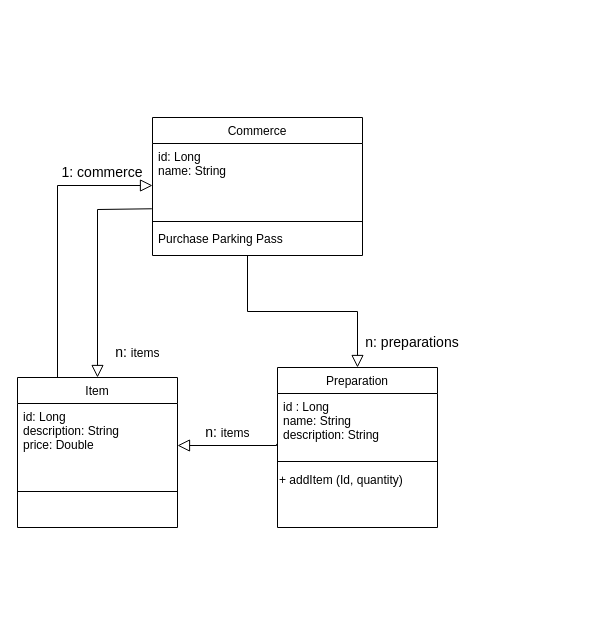
The draw.io diagram docs/AutoPricerDatabase.drawio in mariano115/auto-pricer-backend, before the edit. Source tidied: cells renumbered, new cells numbered last; positions are measured from the earlier drawing's top-left corner, leaving out a move shared by most shapes. Both pictures are drawn from the tidied source at 100%, with x=0, y=0 at pixel (17, 117).
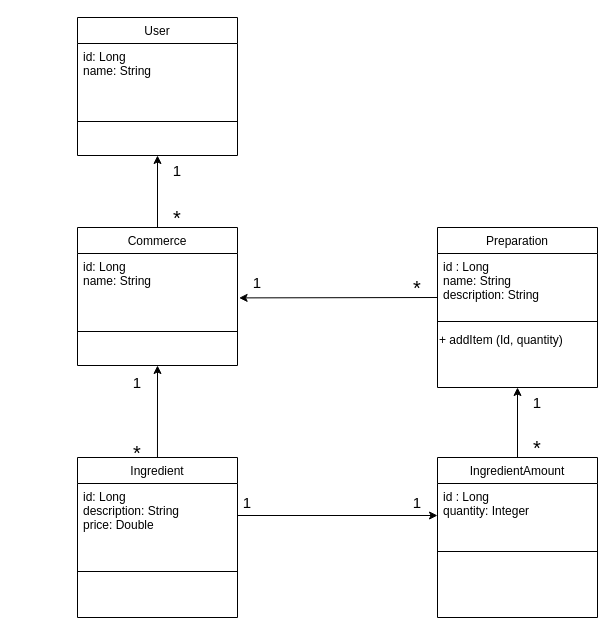
After the change.

Unchanged cells that the change refers to:
```xml
<mxCell id="7" value="id: Long&#10;description: String&#10;price: Double" style="text;align=left;verticalAlign=top;spacingLeft=4;spacingRight=4;overflow=hidden;points=[[0,0.5],[1,0.5]];portConstraint=eastwest;" parent="6" vertex="1">
  <mxGeometry y="26" width="160" height="84" as="geometry" />
</mxCell>
<mxCell id="10" value="id : Long&#10;name: String&#10;description: String&#10;&#10;" style="text;align=left;verticalAlign=top;spacingLeft=4;spacingRight=4;overflow=hidden;points=[[0,0.5],[1,0.5]];portConstraint=eastwest;" parent="9" vertex="1">
  <mxGeometry y="26" width="160" height="64" as="geometry" />
</mxCell>
```

The edit, as a diff of the source:
```diff
@@
     <mxCell id="2" value="Commerce" style="swimlane;fontStyle=0;align=center;verticalAlign=top;horizontal=1;startSize=26;rounded=0;shadow=0;strokeWidth=1;" parent="1" vertex="1">
-      <mxGeometry x="135" width="210" height="138" as="geometry" />
+      <mxGeometry x="60" y="110" width="160" height="138" as="geometry" />
     </mxCell>
     <mxCell id="3" value="id: Long&#10;name: String&#10;" style="text;align=left;verticalAlign=top;spacingLeft=4;spacingRight=4;overflow=hidden;points=[[0,0.5],[1,0.5]];portConstraint=eastwest;" parent="2" vertex="1">
-      <mxGeometry y="26" width="210" height="74" as="geometry" />
+      <mxGeometry y="26" width="160" height="74" as="geometry" />
     </mxCell>
     <mxCell id="4" style="line;html=1;strokeWidth=1;align=left;verticalAlign=middle;spacingTop=-1;spacingLeft=3;spacingRight=3;labelPosition=right;" parent="2" vertex="1">
-      <mxGeometry y="100" width="210" height="8" as="geometry" />
+      <mxGeometry y="100" width="160" height="8" as="geometry" />
     </mxCell>
-    <mxCell id="5" value="Purchase Parking Pass" style="text;align=left;verticalAlign=top;spacingLeft=4;spacingRight=4;overflow=hidden;" parent="2" vertex="1">
-      <mxGeometry y="108" width="210" height="26" as="geometry" />
-    </mxCell>
-    <mxCell id="6" value="Item" style="swimlane;fontStyle=0;align=center;verticalAlign=top;horizontal=1;startSize=26;rounded=0;shadow=0;strokeWidth=1;" parent="1" vertex="1">
-      <mxGeometry y="260" width="160" height="150" as="geometry" />
+    <mxCell id="6" value="Ingredient" style="swimlane;fontStyle=0;align=center;verticalAlign=top;horizontal=1;startSize=26;rounded=0;shadow=0;strokeWidth=1;" parent="1" vertex="1">
+      <mxGeometry x="60" y="340" width="160" height="160" as="geometry" />
     </mxCell>
@@
     <mxCell id="9" value="Preparation" style="swimlane;fontStyle=0;align=center;verticalAlign=top;horizontal=1;startSize=26;rounded=0;shadow=0;strokeWidth=1;" parent="1" vertex="1">
-      <mxGeometry x="260" y="250" width="160" height="160" as="geometry" />
+      <mxGeometry x="420" y="110" width="160" height="160" as="geometry" />
     </mxCell>
@@
-    <mxCell id="13" style="endArrow=block;endSize=10;endFill=0;shadow=0;strokeWidth=1;rounded=0;edgeStyle=elbowEdgeStyle;elbow=vertical;exitX=0;exitY=0;exitDx=0;exitDy=0;entryX=0.25;entryY=1;entryDx=0;entryDy=0;" parent="1" edge="1">
-      <mxGeometry relative="1" as="geometry">
-        <mxPoint x="230" y="138" as="sourcePoint" />
-        <mxPoint x="340" y="250" as="targetPoint" />
-      </mxGeometry>
-    </mxCell>
-    <mxCell id="14" style="endArrow=block;endSize=10;endFill=0;shadow=0;strokeWidth=1;rounded=0;edgeStyle=elbowEdgeStyle;elbow=vertical;exitX=0.25;exitY=0;exitDx=0;exitDy=0;entryX=0.002;entryY=0.778;entryDx=0;entryDy=0;entryPerimeter=0;" parent="1" edge="1" source="6">
-      <mxGeometry relative="1" as="geometry">
-        <mxPoint x="135" y="68" as="targetPoint" />
-        <Array as="points">
-          <mxPoint x="110" y="68" />
-        </Array>
-      </mxGeometry>
-    </mxCell>
-    <mxCell id="15" value="&lt;font style=&quot;font-size: 14px;&quot;&gt;n: preparations&lt;/font&gt;" style="text;html=1;strokeColor=none;fillColor=none;align=center;verticalAlign=middle;whiteSpace=wrap;rounded=0;" parent="1" vertex="1">
-      <mxGeometry x="345" y="210" width="100" height="30" as="geometry" />
-    </mxCell>
-    <mxCell id="16" value="&lt;span style=&quot;font-size: 14px;&quot;&gt;&amp;nbsp;n:&amp;nbsp;&lt;/span&gt;items&amp;nbsp;" style="text;html=1;strokeColor=none;fillColor=none;align=center;verticalAlign=middle;whiteSpace=wrap;rounded=0;" parent="1" vertex="1">
-      <mxGeometry x="180" y="300" width="60" height="30" as="geometry" />
-    </mxCell>
-    <mxCell id="17" style="endArrow=block;endSize=10;endFill=0;shadow=0;strokeWidth=1;rounded=0;edgeStyle=elbowEdgeStyle;elbow=vertical;exitX=-0.005;exitY=0.788;exitDx=0;exitDy=0;entryX=1;entryY=0.5;entryDx=0;entryDy=0;exitPerimeter=0;" parent="1" edge="1" source="10" target="7">
-      <mxGeometry relative="1" as="geometry">
-        <Array as="points">
-          <mxPoint x="220" y="328" />
-        </Array>
-      </mxGeometry>
-    </mxCell>
-    <mxCell id="18" style="endArrow=block;endSize=10;endFill=0;shadow=0;strokeWidth=1;rounded=0;edgeStyle=elbowEdgeStyle;elbow=vertical;entryX=0.5;entryY=0;entryDx=0;entryDy=0;exitX=-0.003;exitY=0.882;exitDx=0;exitDy=0;exitPerimeter=0;" parent="1" edge="1" source="3" target="6">
-      <mxGeometry relative="1" as="geometry">
-        <Array as="points">
-          <mxPoint x="110" y="92" />
-        </Array>
-      </mxGeometry>
-    </mxCell>
-    <mxCell id="19" value="&lt;span style=&quot;font-size: 14px;&quot;&gt;1: commerce&lt;/span&gt;" style="text;html=1;strokeColor=none;fillColor=none;align=center;verticalAlign=middle;whiteSpace=wrap;rounded=0;" parent="1" vertex="1">
-      <mxGeometry x="35" y="40" width="100" height="30" as="geometry" />
-    </mxCell>
-    <mxCell id="20" value="&lt;span style=&quot;font-size: 14px;&quot;&gt;&amp;nbsp;n:&amp;nbsp;&lt;/span&gt;items&amp;nbsp;" style="text;html=1;strokeColor=none;fillColor=none;align=center;verticalAlign=middle;whiteSpace=wrap;rounded=0;" parent="1" vertex="1">
-      <mxGeometry x="90" y="220" width="60" height="30" as="geometry" />
-    </mxCell>
+    <mxCell id="21" style="endArrow=classic;html=1;rounded=0;entryX=1.01;entryY=0.6;entryDx=0;entryDy=0;entryPerimeter=0;" parent="1" edge="1" target="3">
+      <mxGeometry relative="1" as="geometry">
+        <mxPoint x="420" y="180" as="sourcePoint" />
+      </mxGeometry>
+    </mxCell>
+    <mxCell id="22" value="&lt;font style=&quot;font-size: 15px;&quot;&gt;1&lt;/font&gt;" style="text;html=1;strokeColor=none;fillColor=none;align=center;verticalAlign=middle;whiteSpace=wrap;rounded=0;" parent="1" vertex="1">
+      <mxGeometry x="210" y="150" width="60" height="30" as="geometry" />
+    </mxCell>
+    <mxCell id="23" value="&lt;font style=&quot;font-size: 20px;&quot;&gt;*&lt;/font&gt;" style="text;html=1;strokeColor=none;fillColor=none;align=center;verticalAlign=middle;whiteSpace=wrap;rounded=0;" parent="1" vertex="1">
+      <mxGeometry x="370" y="160" width="60" height="20" as="geometry" />
+    </mxCell>
+    <mxCell id="24" value="&lt;font style=&quot;font-size: 15px;&quot;&gt;1&lt;/font&gt;" style="text;html=1;strokeColor=none;fillColor=none;align=center;verticalAlign=middle;whiteSpace=wrap;rounded=0;" parent="1" vertex="1">
+      <mxGeometry x="90" y="250" width="60" height="30" as="geometry" />
+    </mxCell>
+    <mxCell id="25" value="&lt;font style=&quot;font-size: 20px;&quot;&gt;*&lt;/font&gt;" style="text;html=1;strokeColor=none;fillColor=none;align=center;verticalAlign=middle;whiteSpace=wrap;rounded=0;" parent="1" vertex="1">
+      <mxGeometry x="90" y="320" width="60" height="30" as="geometry" />
+    </mxCell>
+    <mxCell id="26" style="endArrow=classic;html=1;rounded=0;entryX=0.5;entryY=1;entryDx=0;entryDy=0;exitX=0.833;exitY=0.667;exitDx=0;exitDy=0;exitPerimeter=0;" parent="1" edge="1" source="25" target="2">
+      <mxGeometry relative="1" as="geometry" />
+    </mxCell>
+    <mxCell id="27" value="IngredientAmount" style="swimlane;fontStyle=0;align=center;verticalAlign=top;horizontal=1;startSize=26;rounded=0;shadow=0;strokeWidth=1;" parent="1" vertex="1">
+      <mxGeometry x="420" y="340" width="160" height="160" as="geometry" />
+    </mxCell>
+    <mxCell id="28" value="id : Long&#10;quantity: Integer&#10;&#10;" style="text;align=left;verticalAlign=top;spacingLeft=4;spacingRight=4;overflow=hidden;points=[[0,0.5],[1,0.5]];portConstraint=eastwest;" parent="27" vertex="1">
+      <mxGeometry y="26" width="160" height="64" as="geometry" />
+    </mxCell>
+    <mxCell id="29" style="line;html=1;strokeWidth=1;align=left;verticalAlign=middle;spacingTop=-1;spacingLeft=3;spacingRight=3;labelPosition=right;" parent="27" vertex="1">
+      <mxGeometry y="90" width="160" height="8" as="geometry" />
+    </mxCell>
+    <mxCell id="30" style="endArrow=classic;html=1;rounded=0;entryX=0;entryY=0.5;entryDx=0;entryDy=0;exitX=0.997;exitY=0.381;exitDx=0;exitDy=0;exitPerimeter=0;" parent="1" edge="1" source="7" target="28">
+      <mxGeometry relative="1" as="geometry" />
+    </mxCell>
+    <mxCell id="31" value="&lt;font style=&quot;font-size: 15px;&quot;&gt;1&lt;/font&gt;" style="text;html=1;strokeColor=none;fillColor=none;align=center;verticalAlign=middle;whiteSpace=wrap;rounded=0;" parent="1" vertex="1">
+      <mxGeometry x="200" y="370" width="60" height="30" as="geometry" />
+    </mxCell>
+    <mxCell id="32" value="&lt;font style=&quot;font-size: 15px;&quot;&gt;1&lt;/font&gt;" style="text;html=1;strokeColor=none;fillColor=none;align=center;verticalAlign=middle;whiteSpace=wrap;rounded=0;" parent="1" vertex="1">
+      <mxGeometry x="370" y="370" width="60" height="30" as="geometry" />
+    </mxCell>
+    <mxCell id="33" style="endArrow=classic;html=1;rounded=0;entryX=0.5;entryY=1;entryDx=0;entryDy=0;exitX=0.5;exitY=0;exitDx=0;exitDy=0;" parent="1" edge="1" source="27" target="9">
+      <mxGeometry relative="1" as="geometry" />
+    </mxCell>
+    <mxCell id="34" value="&lt;font style=&quot;font-size: 15px;&quot;&gt;1&lt;/font&gt;" style="text;html=1;strokeColor=none;fillColor=none;align=center;verticalAlign=middle;whiteSpace=wrap;rounded=0;" parent="1" vertex="1">
+      <mxGeometry x="490" y="270" width="60" height="30" as="geometry" />
+    </mxCell>
+    <mxCell id="35" value="&lt;font style=&quot;font-size: 20px;&quot;&gt;*&lt;/font&gt;" style="text;html=1;strokeColor=none;fillColor=none;align=center;verticalAlign=middle;whiteSpace=wrap;rounded=0;" parent="1" vertex="1">
+      <mxGeometry x="490" y="320" width="60" height="20" as="geometry" />
+    </mxCell>
+    <mxCell id="36" value="User" style="swimlane;fontStyle=0;align=center;verticalAlign=top;horizontal=1;startSize=26;rounded=0;shadow=0;strokeWidth=1;" parent="1" vertex="1">
+      <mxGeometry x="60" y="-100" width="160" height="138" as="geometry" />
+    </mxCell>
+    <mxCell id="37" value="id: Long&#10;name: String&#10;" style="text;align=left;verticalAlign=top;spacingLeft=4;spacingRight=4;overflow=hidden;" parent="36" vertex="1">
+      <mxGeometry y="26" width="160" height="74" as="geometry" />
+    </mxCell>
+    <mxCell id="38" style="line;html=1;strokeWidth=1;align=left;verticalAlign=middle;spacingTop=-1;spacingLeft=3;spacingRight=3;labelPosition=right;" parent="36" vertex="1">
+      <mxGeometry y="100" width="160" height="8" as="geometry" />
+    </mxCell>
+    <mxCell id="39" style="endArrow=classic;html=1;rounded=0;entryX=0.25;entryY=0;entryDx=0;entryDy=0;exitX=0.5;exitY=0;exitDx=0;exitDy=0;" parent="1" edge="1" source="2">
+      <mxGeometry relative="1" as="geometry">
+        <mxPoint x="140" y="38" as="targetPoint" />
+      </mxGeometry>
+    </mxCell>
+    <mxCell id="40" value="&lt;font style=&quot;font-size: 15px;&quot;&gt;1&lt;/font&gt;" style="text;html=1;strokeColor=none;fillColor=none;align=center;verticalAlign=middle;whiteSpace=wrap;rounded=0;" parent="1" vertex="1">
+      <mxGeometry x="130" y="38" width="60" height="30" as="geometry" />
+    </mxCell>
+    <mxCell id="41" value="&lt;font style=&quot;font-size: 20px;&quot;&gt;*&lt;/font&gt;" style="text;html=1;strokeColor=none;fillColor=none;align=center;verticalAlign=middle;whiteSpace=wrap;rounded=0;" parent="1" vertex="1">
+      <mxGeometry x="130" y="90" width="60" height="20" as="geometry" />
+    </mxCell>
```
